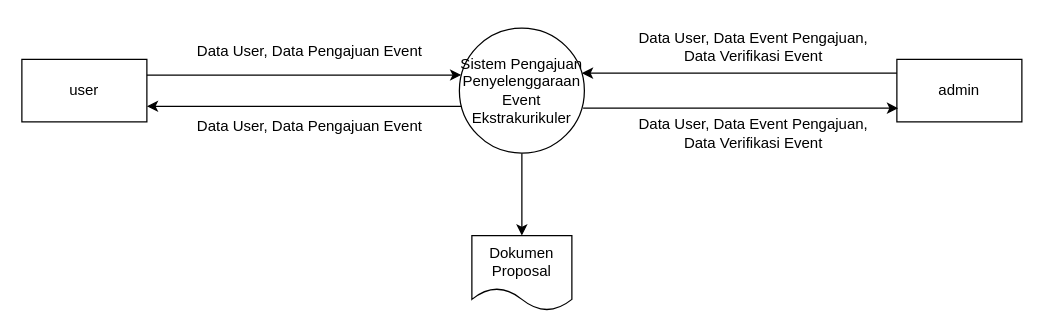
This is page "DFD" (4 of 6) of Uji Level 11_ Kadavi Raditya Alvino.drawio from dapzz-id/DrawIO, a draw.io file, before an edit. Source tidied: cells renumbered, new cells numbered last; positions are measured from the earlier drawing's top-left corner, leaving out a move shared by most shapes. Both pictures are drawn from the tidied source at 125%, with x=0, y=0 at pixel (21, 21).
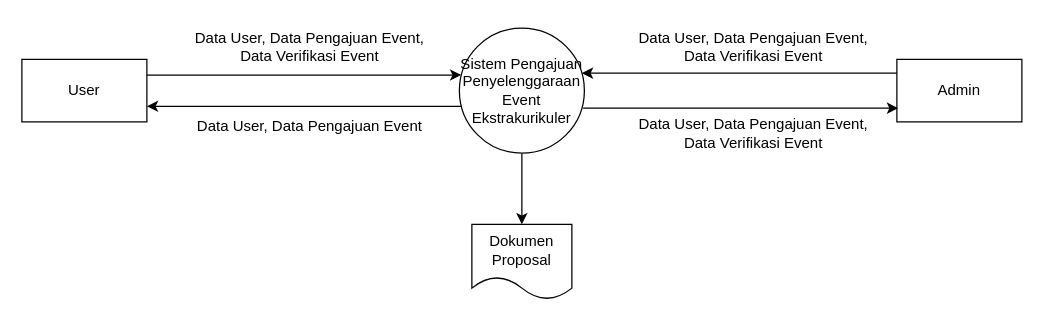
After the change.

Change to the diagram source:
```diff
@@
 <mxGraphModel>
   <root>
     <mxCell id="0" />
     <mxCell id="1" parent="0" />
-    <mxCell id="2" value="user" style="html=1;dashed=0;whiteSpace=wrap;" parent="1" vertex="1">
+    <mxCell id="2" value="User" style="html=1;dashed=0;whiteSpace=wrap;" parent="1" vertex="1">
       <mxGeometry y="30" width="100" height="50" as="geometry" />
     </mxCell>
     <mxCell id="3" style="edgeStyle=orthogonalEdgeStyle;rounded=0;jettySize=auto;html=1;" parent="1" edge="1" source="4" target="14">
       <mxGeometry relative="1" as="geometry" />
     </mxCell>
     <mxCell id="4" value="Sistem Pengajuan Penyelenggaraan Event Ekstrakurikuler" style="shape=ellipse;html=1;dashed=0;whiteSpace=wrap;perimeter=ellipsePerimeter;" parent="1" vertex="1">
       <mxGeometry x="350" y="5" width="100" height="100" as="geometry" />
     </mxCell>
-    <mxCell id="5" value="admin" style="html=1;dashed=0;whiteSpace=wrap;" parent="1" vertex="1">
+    <mxCell id="5" value="Admin" style="html=1;dashed=0;whiteSpace=wrap;" parent="1" vertex="1">
       <mxGeometry x="700" y="30" width="100" height="50" as="geometry" />
     </mxCell>
     <mxCell id="6" style="endArrow=classic;html=1;rounded=0;exitX=1;exitY=0.25;exitDx=0;exitDy=0;entryX=0.015;entryY=0.375;entryDx=0;entryDy=0;entryPerimeter=0;" parent="1" edge="1" source="2" target="4">
       <mxGeometry relative="1" as="geometry" />
     </mxCell>
     <mxCell id="7" style="endArrow=classic;html=1;rounded=0;entryX=1;entryY=0.75;entryDx=0;entryDy=0;exitX=0.017;exitY=0.625;exitDx=0;exitDy=0;exitPerimeter=0;" parent="1" edge="1" source="4" target="2">
       <mxGeometry relative="1" as="geometry" />
     </mxCell>
-    <mxCell id="8" value="Data User, Data Pengajuan Event" style="text;html=1;align=center;verticalAlign=middle;strokeColor=none;fillColor=none;" parent="1" vertex="1">
-      <mxGeometry x="130" y="9" width="200" height="30" as="geometry" />
-    </mxCell>
     <mxCell id="9" style="endArrow=classic;html=1;rounded=0;exitX=1;exitY=0.25;exitDx=0;exitDy=0;entryX=0.015;entryY=0.375;entryDx=0;entryDy=0;entryPerimeter=0;" parent="1" edge="1">
       <mxGeometry relative="1" as="geometry">
         <mxPoint x="449" y="69" as="sourcePoint" />
         <mxPoint x="701" y="69" as="targetPoint" />
       </mxGeometry>
     </mxCell>
     <mxCell id="10" style="endArrow=classic;html=1;rounded=0;entryX=1;entryY=0.75;entryDx=0;entryDy=0;exitX=0.017;exitY=0.625;exitDx=0;exitDy=0;exitPerimeter=0;" parent="1" edge="1">
       <mxGeometry relative="1" as="geometry">
         <mxPoint x="700" y="41" as="sourcePoint" />
         <mxPoint x="448" y="41" as="targetPoint" />
       </mxGeometry>
     </mxCell>
     <mxCell id="11" value="Data User, Data Pengajuan Event" style="text;html=1;align=center;verticalAlign=middle;strokeColor=none;fillColor=none;" parent="1" vertex="1">
       <mxGeometry x="130" y="69" width="200" height="30" as="geometry" />
     </mxCell>
-    <mxCell id="12" value="Data User, Data Event Pengajuan,&lt;div&gt;Data Verifikasi Event&lt;/div&gt;" style="text;html=1;align=center;verticalAlign=middle;strokeColor=none;fillColor=none;" parent="1" vertex="1">
+    <mxCell id="12" value="Data User, Data Pengajuan Event,&lt;div&gt;Data Verifikasi Event&lt;/div&gt;" style="text;html=1;align=center;verticalAlign=middle;strokeColor=none;fillColor=none;" parent="1" vertex="1">
       <mxGeometry x="480" width="210" height="40" as="geometry" />
     </mxCell>
-    <mxCell id="13" value="Data User, Data Event Pengajuan,&lt;div&gt;Data Verifikasi Event&lt;/div&gt;" style="text;html=1;align=center;verticalAlign=middle;strokeColor=none;fillColor=none;" parent="1" vertex="1">
+    <mxCell id="13" value="Data User, Data Pengajuan Event,&lt;div&gt;Data Verifikasi Event&lt;/div&gt;" style="text;html=1;align=center;verticalAlign=middle;strokeColor=none;fillColor=none;" parent="1" vertex="1">
       <mxGeometry x="480" y="69" width="210" height="40" as="geometry" />
     </mxCell>
     <mxCell id="14" value="Dokumen Proposal" style="shape=document;whiteSpace=wrap;html=1;boundedLbl=1;dashed=0;flipH=1;" parent="1" vertex="1">
-      <mxGeometry x="360" y="171" width="80" height="60" as="geometry" />
+      <mxGeometry x="360" y="162" width="80" height="60" as="geometry" />
     </mxCell>
+    <mxCell id="15" value="Data User, Data Pengajuan Event,&lt;div&gt;Data Verifikasi Event&lt;/div&gt;" style="text;html=1;align=center;verticalAlign=middle;strokeColor=none;fillColor=none;" parent="1" vertex="1">
+      <mxGeometry x="125" width="210" height="40" as="geometry" />
+    </mxCell>
   </root>
 </mxGraphModel>
```
